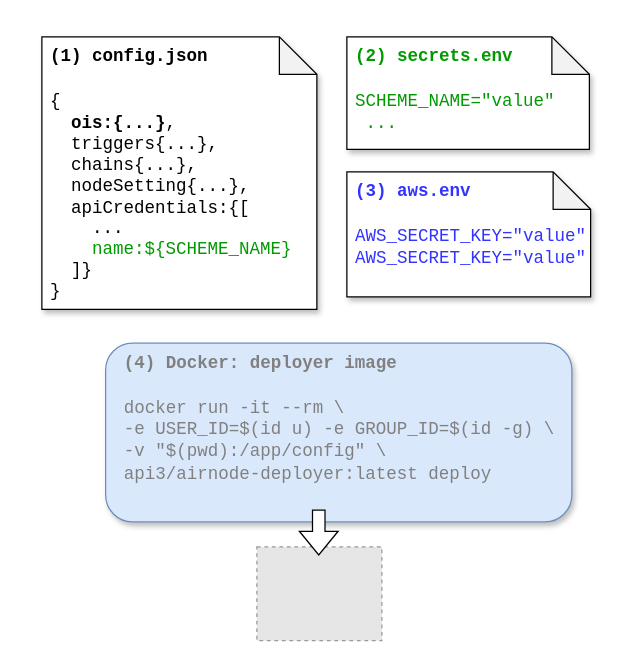
Before: docs/reference/airnode/latest/assets/diagrams/api-provider-overview-aws.drawio in api3dao/vitepress-docs, a draw.io diagram. Source tidied: cells renumbered, new cells numbered last; positions are measured from the earlier drawing's top-left corner, leaving out a move shared by most shapes. Both pictures are drawn from the tidied source at 125%, with x=0, y=0 at pixel (41, 36). Pictures stored in the file or linked from it are replaced by grey dashed boxes.
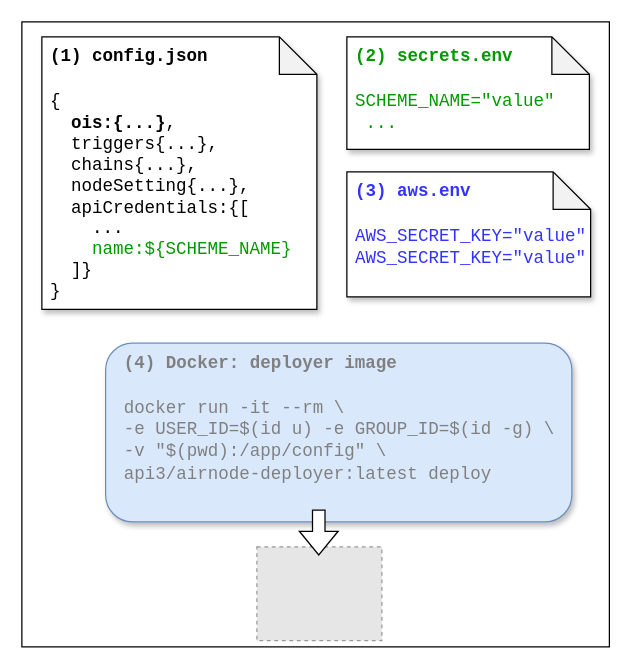
Above is the later version.

The edit, as a diff of the source:
```diff
@@
 <mxGraphModel>
   <root>
     <mxCell id="0" />
     <mxCell id="1" parent="0" />
+    <mxCell id="8" style="rounded=0;whiteSpace=wrap;html=1;" parent="1" vertex="1">
+      <mxGeometry x="-16" y="-12" width="470" height="500" as="geometry" />
+    </mxCell>
     <mxCell id="2" value="&lt;div style=&quot;font-size: 14px&quot;&gt;&lt;div style=&quot;border-color: var(--border-color);&quot;&gt;&lt;font style=&quot;border-color: var(--border-color);&quot; face=&quot;Courier New&quot; color=&quot;#808080&quot;&gt;&lt;b style=&quot;border-color: var(--border-color);&quot;&gt;(4) Docker: deployer image&lt;/b&gt;&lt;/font&gt;&lt;/div&gt;&lt;div style=&quot;border-color: var(--border-color);&quot;&gt;&lt;font style=&quot;border-color: var(--border-color);&quot; face=&quot;Courier New&quot; color=&quot;#808080&quot;&gt;&lt;br style=&quot;border-color: var(--border-color);&quot;&gt;&lt;/font&gt;&lt;/div&gt;&lt;div style=&quot;border-color: var(--border-color);&quot;&gt;&lt;font style=&quot;border-color: var(--border-color);&quot; face=&quot;Courier New&quot; color=&quot;#808080&quot;&gt;docker run -it --rm \&lt;/font&gt;&lt;/div&gt;&lt;div style=&quot;border-color: var(--border-color);&quot;&gt;&lt;font style=&quot;border-color: var(--border-color);&quot; face=&quot;Courier New&quot; color=&quot;#808080&quot;&gt;-e USER_ID=$(id u) -e GROUP_ID=$(id -g) \&lt;/font&gt;&lt;/div&gt;&lt;div style=&quot;border-color: var(--border-color);&quot;&gt;&lt;font style=&quot;border-color: var(--border-color);&quot; face=&quot;Courier New&quot; color=&quot;#808080&quot;&gt;-v &quot;$(pwd):/app/config&quot; \&amp;nbsp;&amp;nbsp;&lt;/font&gt;&lt;/div&gt;&lt;div style=&quot;border-color: var(--border-color);&quot;&gt;&lt;font style=&quot;border-color: var(--border-color);&quot; face=&quot;Courier New&quot; color=&quot;#808080&quot;&gt;api3/airnode-deployer:latest deploy&lt;/font&gt;&lt;/div&gt;&lt;/div&gt;" style="rounded=1;whiteSpace=wrap;html=1;fontSize=11;align=left;fillColor=#dae8fc;strokeColor=#6c8ebf;shadow=1;spacingLeft=13;spacingRight=5;verticalAlign=top;" parent="1" vertex="1">
       <mxGeometry x="51" y="245" width="373" height="143" as="geometry" />
     </mxCell>
     <mxCell id="3" value="&lt;span style=&quot;font-size: 14px&quot;&gt;&lt;font face=&quot;Courier New&quot;&gt;&lt;b&gt;(1) config.json&lt;/b&gt;&lt;br style=&quot;font-size: 14px&quot;&gt;&lt;br style=&quot;font-size: 14px&quot;&gt;&lt;/font&gt;&lt;/span&gt;&lt;div style=&quot;font-size: 14px&quot;&gt;&lt;span style=&quot;font-size: 14px&quot;&gt;&lt;font face=&quot;Courier New&quot;&gt;{&lt;/font&gt;&lt;/span&gt;&lt;/div&gt;&lt;div style=&quot;font-size: 14px&quot;&gt;&lt;font face=&quot;Courier New&quot;&gt;&lt;span style=&quot;font-size: 14px&quot;&gt;&amp;nbsp;&amp;nbsp;&lt;b style=&quot;font-size: 14px&quot;&gt;ois:{...&lt;/b&gt;&lt;/span&gt;&lt;span style=&quot;font-size: 14px&quot;&gt;&lt;b style=&quot;font-size: 14px&quot;&gt;}&lt;/b&gt;,&lt;/span&gt;&lt;/font&gt;&lt;/div&gt;&lt;font style=&quot;font-size: 14px&quot;&gt;&lt;font face=&quot;Courier New&quot; style=&quot;font-size: 14px&quot;&gt;&lt;div style=&quot;font-size: 14px&quot;&gt;&amp;nbsp; triggers{...},&lt;/div&gt;&lt;div style=&quot;font-size: 14px&quot;&gt;&amp;nbsp; chains{...},&lt;/div&gt;&lt;div style=&quot;font-size: 14px&quot;&gt;&amp;nbsp; nodeSetting{...},&lt;/div&gt;&lt;div style=&quot;font-size: 14px&quot;&gt;&amp;nbsp;&amp;nbsp;apiCredentials:{[&lt;/div&gt;&lt;div style=&quot;font-size: 14px&quot;&gt;&amp;nbsp; &amp;nbsp; ...&lt;/div&gt;&lt;div style=&quot;font-size: 14px&quot;&gt;&amp;nbsp; &amp;nbsp;&amp;nbsp;&lt;font color=&quot;#009900&quot; style=&quot;font-size: 14px&quot;&gt;name:${&lt;/font&gt;&lt;font color=&quot;#009900&quot; style=&quot;font-size: 14px&quot;&gt;&lt;span style=&quot;background-color: transparent ; font-size: 14px&quot;&gt;SCHEME_NAME&lt;/span&gt;}&lt;/font&gt;&lt;/div&gt;&lt;/font&gt;&lt;font face=&quot;Courier New&quot; style=&quot;font-size: 14px&quot;&gt;&lt;div style=&quot;font-size: 14px&quot;&gt;&amp;nbsp; ]}&amp;nbsp; &amp;nbsp;&lt;/div&gt;&lt;div style=&quot;font-size: 14px&quot;&gt;}&lt;/div&gt;&lt;div style=&quot;font-size: 14px&quot;&gt;&lt;br style=&quot;font-size: 14px&quot;&gt;&lt;/div&gt;&lt;/font&gt;&lt;/font&gt;" style="shape=note;whiteSpace=wrap;html=1;backgroundOutline=1;darkOpacity=0.05;shadow=1;verticalAlign=top;align=left;fontSize=14;spacingLeft=5;" parent="1" vertex="1">
       <mxGeometry width="220" height="218" as="geometry" />
     </mxCell>
     <mxCell id="4" value="&lt;div style=&quot;font-size: 14px&quot;&gt;&lt;/div&gt;&lt;span style=&quot;font-size: 14px ; text-align: center&quot;&gt;&lt;font face=&quot;Courier New&quot;&gt;&lt;b&gt;(2) secrets.env&lt;br style=&quot;font-size: 14px&quot;&gt;&lt;/b&gt;&lt;br style=&quot;font-size: 14px&quot;&gt;&lt;/font&gt;&lt;/span&gt;&lt;div style=&quot;font-size: 14px&quot;&gt;&lt;span style=&quot;font-size: 14px&quot;&gt;&lt;font face=&quot;Courier New&quot; style=&quot;font-size: 14px&quot;&gt;SCHEME_NAME=&quot;value&quot;&lt;/font&gt;&lt;/span&gt;&lt;/div&gt;&lt;div style=&quot;font-size: 14px&quot;&gt;&lt;font face=&quot;Courier New&quot; style=&quot;font-size: 14px&quot;&gt;&amp;nbsp;...&lt;/font&gt;&lt;/div&gt;" style="shape=note;whiteSpace=wrap;html=1;backgroundOutline=1;darkOpacity=0.05;shadow=1;fontColor=#009900;align=left;verticalAlign=top;fontSize=14;spacingLeft=5;" parent="1" vertex="1">
       <mxGeometry x="244" width="194" height="90" as="geometry" />
     </mxCell>
     <mxCell id="5" value="&lt;div style=&quot;font-size: 14px;&quot;&gt;&lt;div style=&quot;font-size: 14px;&quot;&gt;&lt;font color=&quot;#3333ff&quot; style=&quot;font-size: 14px;&quot;&gt;&lt;span style=&quot;font-family: &amp;quot;courier new&amp;quot;; font-size: 14px;&quot;&gt;&lt;b style=&quot;font-size: 14px;&quot;&gt;(3) aws.env&lt;/b&gt;&lt;/span&gt;&lt;/font&gt;&lt;/div&gt;&lt;div style=&quot;text-align: justify; font-size: 14px;&quot;&gt;&lt;font color=&quot;#3333ff&quot; style=&quot;font-size: 14px;&quot;&gt;&lt;span style=&quot;font-family: &amp;quot;courier new&amp;quot;; font-size: 14px;&quot;&gt;&lt;b style=&quot;font-size: 14px;&quot;&gt;&lt;br style=&quot;font-size: 14px;&quot;&gt;&lt;/b&gt;&lt;/span&gt;&lt;/font&gt;&lt;/div&gt;&lt;div style=&quot;font-size: 14px;&quot;&gt;&lt;font color=&quot;#3333ff&quot; style=&quot;font-size: 14px;&quot;&gt;&lt;span style=&quot;font-family: &amp;quot;courier new&amp;quot;; font-size: 14px;&quot;&gt;AWS_SECRET_KEY=&quot;value&quot;&lt;/span&gt;&lt;br style=&quot;font-size: 14px;&quot;&gt;&lt;/font&gt;&lt;/div&gt;&lt;/div&gt;&lt;div style=&quot;font-size: 14px;&quot;&gt;&lt;span style=&quot;font-family: &amp;quot;courier new&amp;quot;; font-size: 14px;&quot;&gt;&lt;font color=&quot;#3333ff&quot; style=&quot;font-size: 14px;&quot;&gt;AWS_SECRET_KEY=&quot;value&quot;&lt;/font&gt;&lt;/span&gt;&lt;br style=&quot;font-size: 14px;&quot;&gt;&lt;/div&gt;" style="shape=note;whiteSpace=wrap;html=1;backgroundOutline=1;darkOpacity=0.05;shadow=1;align=left;verticalAlign=top;fontSize=14;spacingLeft=5;" parent="1" vertex="1">
       <mxGeometry x="244" y="108" width="195" height="100" as="geometry" />
     </mxCell>
     <mxCell id="6" style="fillColor=#E6E6E6;strokeColor=#999999;dashed=1;verticalLabelPosition=bottom;labelBackgroundColor=#ffffff;verticalAlign=top;" parent="1" vertex="1">
       <mxGeometry x="172" y="408" width="100" height="75" as="geometry" />
     </mxCell>
     <mxCell id="7" style="shape=flexArrow;endArrow=classic;html=1;rounded=0;fontColor=#000000;strokeColor=#000000;strokeWidth=1;fillColor=#FFFFFF;gradientColor=#ffffff;gradientDirection=west;edgeStyle=orthogonalEdgeStyle;" parent="1" edge="1">
       <mxGeometry relative="1" as="geometry">
         <mxPoint x="221.5" y="378" as="sourcePoint" />
         <mxPoint x="221.5" y="415" as="targetPoint" />
       </mxGeometry>
     </mxCell>
   </root>
 </mxGraphModel>
```
